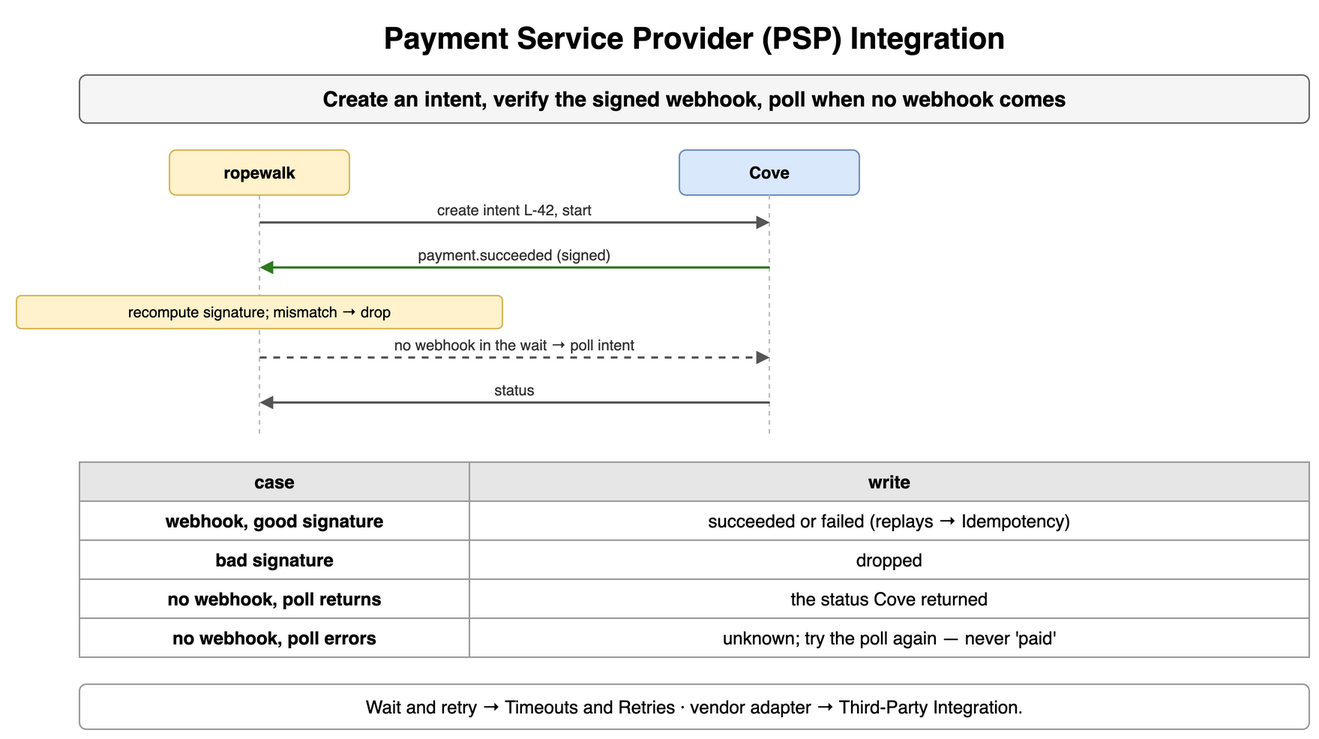
Above: content/09_System_Design_Interview/23_Payment_and_Financial_Systems/diagrams/payments-2-payment-service-provider-psp-integration.png in amendez13/swe-study-guide (draw.io), before the change. Source tidied: cells renumbered, new cells last; positions are measured from the earlier drawing's top-left corner, leaving out a move shared by most shapes.
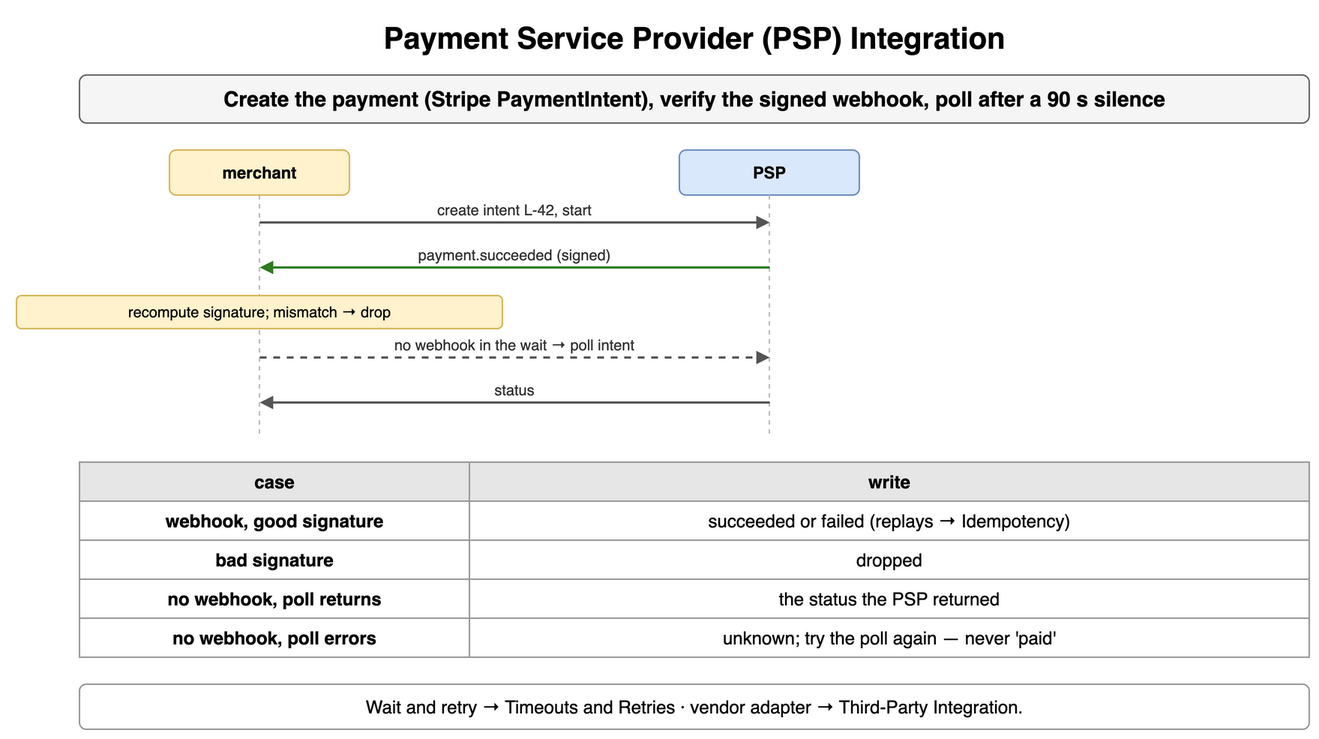
After the commit.

What changed in the source:
```diff
@@ -5,13 +5,13 @@
     <mxCell id="2" value="Payment Service Provider (PSP) Integration" style="text;html=1;align=center;verticalAlign=middle;whiteSpace=wrap;fontSize=20;fontStyle=1;" parent="1" vertex="1">
       <mxGeometry x="42" width="820" height="30" as="geometry" />
     </mxCell>
-    <mxCell id="3" value="Create an intent, verify the signed webhook, poll when no webhook comes" style="rounded=1;whiteSpace=wrap;html=1;fillColor=#f5f5f5;strokeColor=#666666;fontStyle=1;fontSize=14;" parent="1" vertex="1">
+    <mxCell id="3" value="Create the payment (Stripe PaymentIntent), verify the signed webhook, poll after a 90 s silence" style="rounded=1;whiteSpace=wrap;html=1;fillColor=#f5f5f5;strokeColor=#666666;fontStyle=1;fontSize=14;" parent="1" vertex="1">
       <mxGeometry x="42" y="40" width="820" height="32" as="geometry" />
     </mxCell>
-    <mxCell id="4" value="ropewalk" style="rounded=1;whiteSpace=wrap;html=1;fillColor=#fff2cc;strokeColor=#d6b656;fontSize=11;align=center;fontStyle=1;" parent="1" vertex="1">
+    <mxCell id="4" value="merchant" style="rounded=1;whiteSpace=wrap;html=1;fillColor=#fff2cc;strokeColor=#d6b656;fontSize=11;align=center;fontStyle=1;" parent="1" vertex="1">
       <mxGeometry x="102" y="90" width="120" height="30" as="geometry" />
     </mxCell>
-    <mxCell id="5" value="Cove" style="rounded=1;whiteSpace=wrap;html=1;fillColor=#dae8fc;strokeColor=#6c8ebf;fontSize=11;align=center;fontStyle=1;" parent="1" vertex="1">
+    <mxCell id="5" value="PSP" style="rounded=1;whiteSpace=wrap;html=1;fillColor=#dae8fc;strokeColor=#6c8ebf;fontSize=11;align=center;fontStyle=1;" parent="1" vertex="1">
       <mxGeometry x="442" y="90" width="120" height="30" as="geometry" />
     </mxCell>
     <mxCell id="6" style="endArrow=none;html=1;strokeColor=#bbbbbb;dashed=1;" parent="1" edge="1">
@@ -86,7 +86,7 @@
     <mxCell id="23" value="no webhook, poll returns" style="whiteSpace=wrap;html=1;strokeColor=#999999;fontSize=12;fillColor=#ffffff;fontStyle=1;" parent="1" vertex="1">
       <mxGeometry x="42" y="376" width="260" height="26" as="geometry" />
     </mxCell>
-    <mxCell id="24" value="the status Cove returned" style="whiteSpace=wrap;html=1;strokeColor=#999999;fontSize=12;fillColor=#ffffff;" parent="1" vertex="1">
+    <mxCell id="24" value="the status the PSP returned" style="whiteSpace=wrap;html=1;strokeColor=#999999;fontSize=12;fillColor=#ffffff;" parent="1" vertex="1">
       <mxGeometry x="302" y="376" width="560" height="26" as="geometry" />
     </mxCell>
     <mxCell id="25" value="no webhook, poll errors" style="whiteSpace=wrap;html=1;strokeColor=#999999;fontSize=12;fillColor=#ffffff;fontStyle=1;" parent="1" vertex="1">
```
